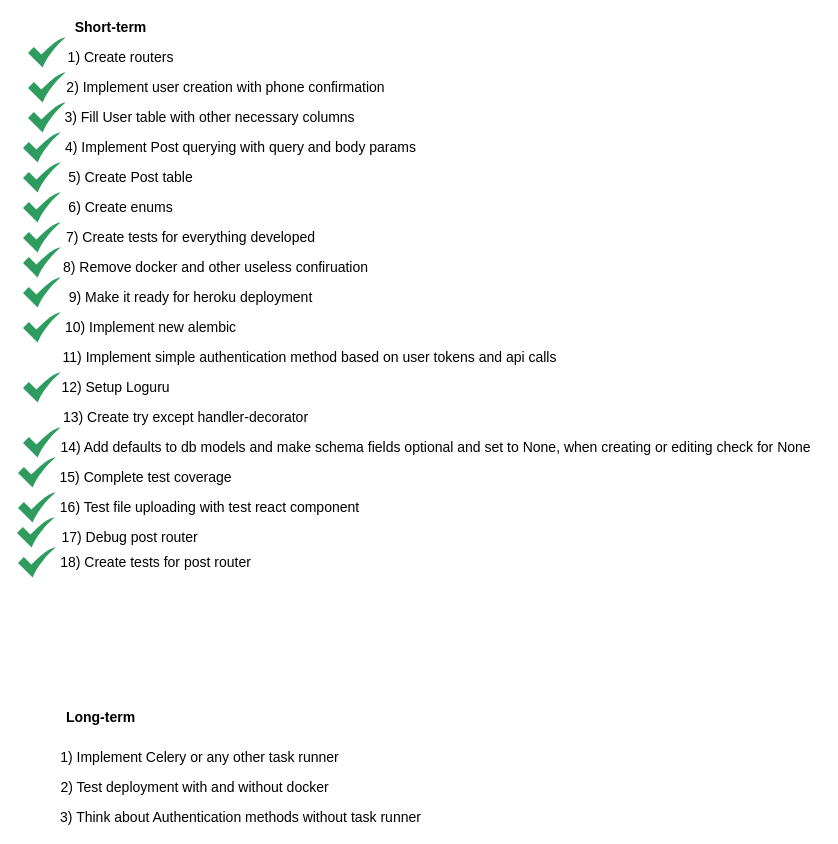
Above: page "Objectives" (5 of 5) of backend/schema.drawio in Madi-S/kolik (draw.io), before the change. Source tidied: cells renumbered, new cells numbered last; positions are measured from the earlier drawing's top-left corner, leaving out a move shared by most shapes. Both pictures are drawn from the tidied source at 100%, with x=0, y=0 at pixel (16, 17).
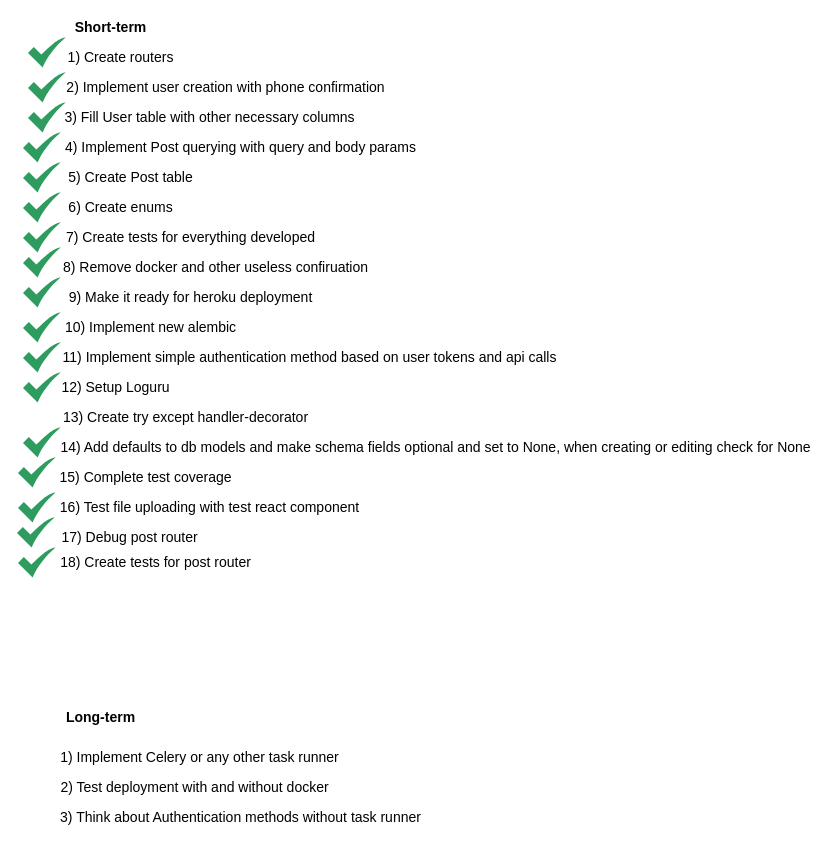
Above is the later version.

Diff of the diagram source:
```diff
@@
+    <mxCell id="41" style="sketch=0;html=1;strokeColor=none;shadow=0;align=center;verticalAlign=top;fillColor=#2D9C5E;shape=mxgraph.gcp2.check;fontSize=14;" parent="1" vertex="1">
+      <mxGeometry x="6.5" y="325" width="37.5" height="30" as="geometry" />
+    </mxCell>
```
